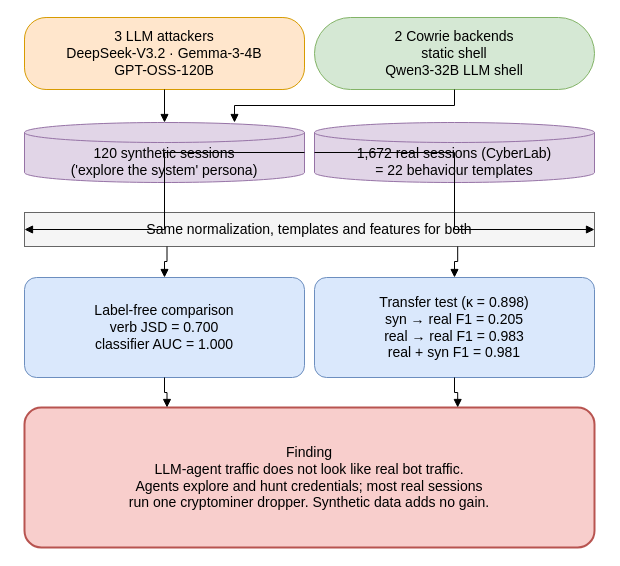
parthkansal823/Honeypot_RedTeaming-paper keeps this draw.io diagram as report/diagrams/d02_graphical_abstract.drawio. Above is the earlier version. Source tidied: cells renumbered, new cells numbered last; positions are measured from the earlier drawing's top-left corner, leaving out a move shared by most shapes. Both pictures are drawn from the tidied source at 100%, with x=0, y=0 at pixel (24, 17).
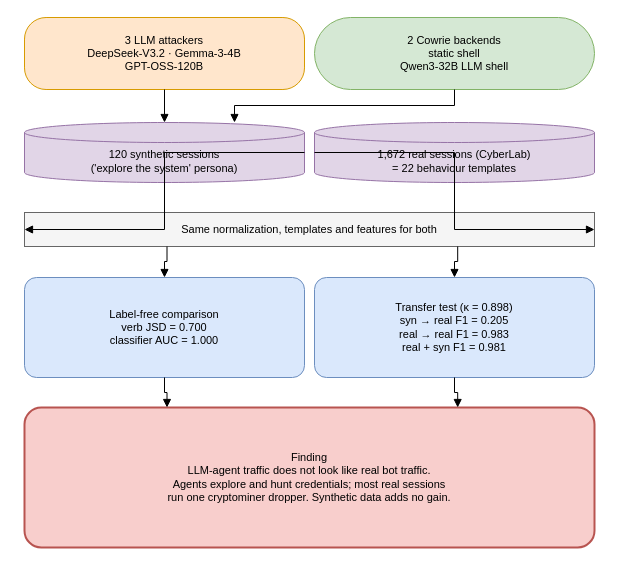
The same page after the edit.

Change to the diagram source:
```diff
@@
-    <mxCell id="2" value="3 LLM attackers&lt;br&gt;DeepSeek-V3.2 · Gemma-3-4B&lt;br&gt;GPT-OSS-120B" style="rounded=1;arcSize=30;whiteSpace=wrap;html=1;fillColor=#FFE6CC;strokeColor=#D79B00;fontFamily=Arial;fontSize=14;" parent="1" vertex="1">
+    <mxCell id="2" value="3 LLM attackers&lt;br&gt;DeepSeek-V3.2 · Gemma-3-4B&lt;br&gt;GPT-OSS-120B" style="rounded=1;arcSize=30;whiteSpace=wrap;html=1;fillColor=#FFE6CC;strokeColor=#D79B00;fontFamily=Arial;fontSize=11;" parent="1" vertex="1">
       <mxGeometry width="280" height="72" as="geometry" />
     </mxCell>
-    <mxCell id="3" value="2 Cowrie backends&lt;br&gt;static shell&lt;br&gt;Qwen3-32B LLM shell" style="rounded=1;arcSize=50;whiteSpace=wrap;html=1;fillColor=#D5E8D4;strokeColor=#82B366;fontFamily=Arial;fontSize=14;" parent="1" vertex="1">
+    <mxCell id="3" value="2 Cowrie backends&lt;br&gt;static shell&lt;br&gt;Qwen3-32B LLM shell" style="rounded=1;arcSize=50;whiteSpace=wrap;html=1;fillColor=#D5E8D4;strokeColor=#82B366;fontFamily=Arial;fontSize=11;" parent="1" vertex="1">
       <mxGeometry x="290" width="280" height="72" as="geometry" />
     </mxCell>
-    <mxCell id="4" value="120 synthetic sessions&lt;br&gt;(&amp;#x27;explore the system&amp;#x27; persona)" style="shape=cylinder3;boundedLbl=1;backgroundOutline=1;size=10;whiteSpace=wrap;html=1;fillColor=#E1D5E7;strokeColor=#9673A6;fontFamily=Arial;fontSize=14;" parent="1" vertex="1">
+    <mxCell id="4" value="120 synthetic sessions&lt;br&gt;(&amp;#x27;explore the system&amp;#x27; persona)" style="shape=cylinder3;boundedLbl=1;backgroundOutline=1;size=10;whiteSpace=wrap;html=1;fillColor=#E1D5E7;strokeColor=#9673A6;fontFamily=Arial;fontSize=11;" parent="1" vertex="1">
       <mxGeometry y="105" width="280" height="60" as="geometry" />
     </mxCell>
-    <mxCell id="5" value="1,672 real sessions (CyberLab)&lt;br&gt;= 22 behaviour templates" style="shape=cylinder3;boundedLbl=1;backgroundOutline=1;size=10;whiteSpace=wrap;html=1;fillColor=#E1D5E7;strokeColor=#9673A6;fontFamily=Arial;fontSize=14;" parent="1" vertex="1">
+    <mxCell id="5" value="1,672 real sessions (CyberLab)&lt;br&gt;= 22 behaviour templates" style="shape=cylinder3;boundedLbl=1;backgroundOutline=1;size=10;whiteSpace=wrap;html=1;fillColor=#E1D5E7;strokeColor=#9673A6;fontFamily=Arial;fontSize=11;" parent="1" vertex="1">
       <mxGeometry x="290" y="105" width="280" height="60" as="geometry" />
     </mxCell>
-    <mxCell id="6" value="Same normalization, templates and features for both" style="rounded=0;whiteSpace=wrap;html=1;fillColor=#F5F5F5;strokeColor=#666666;fontFamily=Arial;fontSize=14;" parent="1" vertex="1">
+    <mxCell id="6" value="Same normalization, templates and features for both" style="rounded=0;whiteSpace=wrap;html=1;fillColor=#F5F5F5;strokeColor=#666666;fontFamily=Arial;fontSize=11;" parent="1" vertex="1">
       <mxGeometry y="195" width="570" height="34" as="geometry" />
     </mxCell>
-    <mxCell id="7" value="Label-free comparison&lt;br&gt;verb JSD = 0.700&lt;br&gt;classifier AUC = 1.000" style="rounded=1;arcSize=12;whiteSpace=wrap;html=1;fillColor=#DAE8FC;strokeColor=#6C8EBF;fontFamily=Arial;fontSize=14;" parent="1" vertex="1">
+    <mxCell id="7" value="Label-free comparison&lt;br&gt;verb JSD = 0.700&lt;br&gt;classifier AUC = 1.000" style="rounded=1;arcSize=12;whiteSpace=wrap;html=1;fillColor=#DAE8FC;strokeColor=#6C8EBF;fontFamily=Arial;fontSize=11;" parent="1" vertex="1">
       <mxGeometry y="260" width="280" height="100" as="geometry" />
     </mxCell>
-    <mxCell id="8" value="Transfer test (κ = 0.898)&lt;br&gt;syn → real F1 = 0.205&lt;br&gt;real → real F1 = 0.983&lt;br&gt;real + syn F1 = 0.981" style="rounded=1;arcSize=12;whiteSpace=wrap;html=1;fillColor=#DAE8FC;strokeColor=#6C8EBF;fontFamily=Arial;fontSize=14;" parent="1" vertex="1">
+    <mxCell id="8" value="Transfer test (κ = 0.898)&lt;br&gt;syn → real F1 = 0.205&lt;br&gt;real → real F1 = 0.983&lt;br&gt;real + syn F1 = 0.981" style="rounded=1;arcSize=12;whiteSpace=wrap;html=1;fillColor=#DAE8FC;strokeColor=#6C8EBF;fontFamily=Arial;fontSize=11;" parent="1" vertex="1">
       <mxGeometry x="290" y="260" width="280" height="100" as="geometry" />
     </mxCell>
-    <mxCell id="9" value="Finding&lt;br&gt;LLM-agent traffic does not look like real bot traffic.&lt;br&gt;Agents explore and hunt credentials; most real sessions&lt;br&gt;run one cryptominer dropper. Synthetic data adds no gain." style="rounded=1;arcSize=12;strokeWidth=2;whiteSpace=wrap;html=1;fillColor=#F8CECC;strokeColor=#B85450;fontFamily=Arial;fontSize=14;" parent="1" vertex="1">
+    <mxCell id="9" value="Finding&lt;br&gt;LLM-agent traffic does not look like real bot traffic.&lt;br&gt;Agents explore and hunt credentials; most real sessions&lt;br&gt;run one cryptominer dropper. Synthetic data adds no gain." style="rounded=1;arcSize=12;strokeWidth=2;whiteSpace=wrap;html=1;fillColor=#F8CECC;strokeColor=#B85450;fontFamily=Arial;fontSize=11;" parent="1" vertex="1">
       <mxGeometry y="390" width="570" height="140" as="geometry" />
     </mxCell>
```
